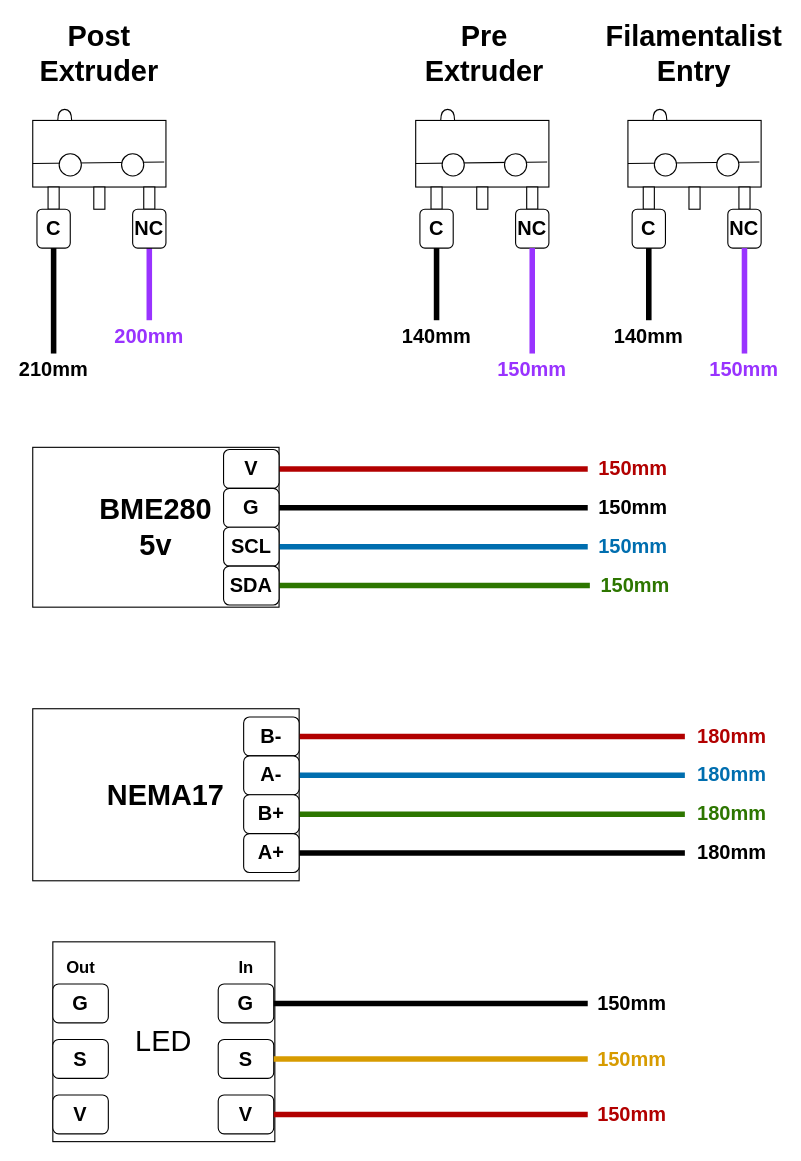
Earlier version of the draw.io diagram docs/assets/wiring_diagrams/EMU PCB Hatch wiring dimensions.drawio (Dragi2k/EMU). Source tidied: cells renumbered, new cells numbered last; positions are measured from the earlier drawing's top-left corner, leaving out a move shared by most shapes. Both pictures are drawn from the tidied source at 111%, with x=0, y=0 at pixel (20, 20).
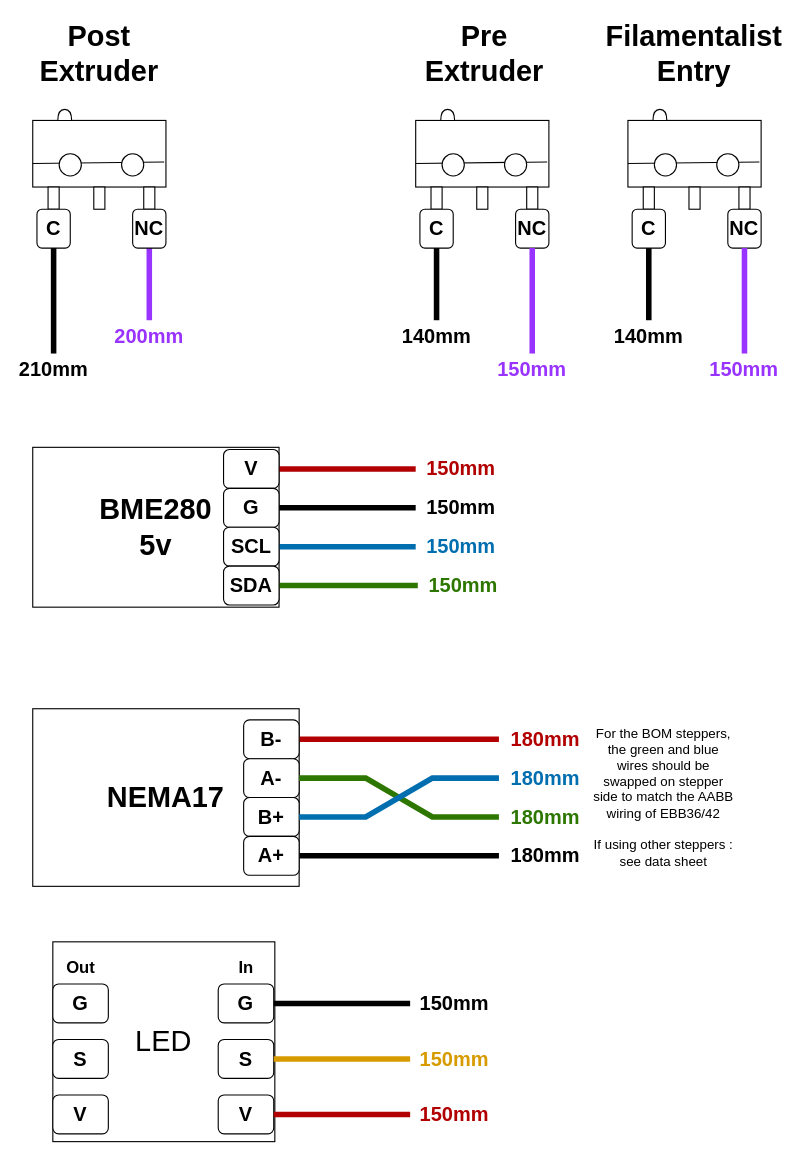
After the change.

Commit message (it also covers changes not shown here):
Wiring dimensions - Update motor wiring (#15)

What changed in the source:
```diff
@@
     <mxCell id="11" value="150mm" style="text;html=1;whiteSpace=wrap;strokeColor=none;fillColor=none;align=center;verticalAlign=middle;rounded=0;fontColor=light-dark(#b20000, #ededed);fontSize=18;fontStyle=1;spacingLeft=0;" parent="1" vertex="1">
-      <mxGeometry x="511" y="389" width="81.9" height="30" as="geometry" />
+      <mxGeometry x="356" y="389" width="81.9" height="30" as="geometry" />
     </mxCell>
     <mxCell id="12" value="150mm" style="text;html=1;whiteSpace=wrap;strokeColor=none;fillColor=none;align=center;verticalAlign=middle;rounded=0;fontColor=default;fontSize=18;fontStyle=1;spacingLeft=0;" parent="1" vertex="1">
-      <mxGeometry x="511" y="424" width="81.9" height="30" as="geometry" />
+      <mxGeometry x="356" y="424" width="81.9" height="30" as="geometry" />
     </mxCell>
     <mxCell id="13" value="150mm" style="text;html=1;whiteSpace=wrap;strokeColor=none;fillColor=none;align=center;verticalAlign=middle;rounded=0;fontColor=light-dark(#006eaf, #ededed);fontSize=18;fontStyle=1;spacing=2;spacingLeft=0;" parent="1" vertex="1">
-      <mxGeometry x="511" y="459" width="81.9" height="30" as="geometry" />
+      <mxGeometry x="356" y="459" width="81.9" height="30" as="geometry" />
     </mxCell>
     <mxCell id="14" value="150mm" style="text;html=1;whiteSpace=wrap;strokeColor=none;fillColor=none;align=center;verticalAlign=middle;rounded=0;fontColor=light-dark(#2d7600, #ededed);fontSize=18;fontStyle=1;spacing=2;spacingLeft=0;" parent="1" vertex="1">
-      <mxGeometry x="512.9" y="494" width="81.9" height="30" as="geometry" />
+      <mxGeometry x="357.9" y="494" width="81.9" height="30" as="geometry" />
     </mxCell>
@@
     <mxCell id="45" value="&lt;font&gt;&lt;b&gt;NEMA17&lt;/b&gt;&lt;/font&gt;" style="rounded=0;whiteSpace=wrap;html=1;fontSize=26;" parent="1" vertex="1">
-      <mxGeometry x="11" y="620" width="240" height="155" as="geometry" />
+      <mxGeometry x="11" y="620" width="240" height="160" as="geometry" />
     </mxCell>
@@
-    <mxCell id="58" style="rounded=0;jettySize=auto;html=1;strokeColor=#006EAF;strokeWidth=5;align=center;verticalAlign=middle;fontFamily=Helvetica;fontSize=11;fontColor=default;labelBackgroundColor=default;endArrow=none;endFill=0;fillColor=#1ba1e2;jumpStyle=gap;exitX=1;exitY=0.5;exitDx=0;exitDy=0;entryX=0;entryY=0.5;entryDx=0;entryDy=0;" parent="1" edge="1" source="70" target="63">
-      <mxGeometry relative="1" as="geometry" />
-    </mxCell>
@@
     <mxCell id="61" value="180mm" style="text;html=1;whiteSpace=wrap;strokeColor=none;fillColor=none;align=center;verticalAlign=middle;rounded=0;fontColor=light-dark(#b20000, #ededed);fontSize=18;fontStyle=1;spacingLeft=0;" parent="1" vertex="1">
-      <mxGeometry x="598.5" y="630" width="83.8" height="30" as="geometry" />
+      <mxGeometry x="431" y="632.5" width="83.8" height="30" as="geometry" />
     </mxCell>
     <mxCell id="62" value="180mm" style="text;html=1;whiteSpace=wrap;strokeColor=none;fillColor=none;align=center;verticalAlign=middle;rounded=0;fontColor=default;fontSize=18;fontStyle=1;spacingLeft=0;" parent="1" vertex="1">
-      <mxGeometry x="598.5" y="735" width="83.8" height="30" as="geometry" />
+      <mxGeometry x="431" y="737.5" width="83.8" height="30" as="geometry" />
     </mxCell>
     <mxCell id="63" value="180mm" style="text;html=1;whiteSpace=wrap;strokeColor=none;fillColor=none;align=center;verticalAlign=middle;rounded=0;fontColor=light-dark(#006eaf, #ededed);fontSize=18;fontStyle=1;spacingLeft=0;" parent="1" vertex="1">
-      <mxGeometry x="598.5" y="665" width="83.8" height="30" as="geometry" />
+      <mxGeometry x="431" y="667.5" width="83.8" height="30" as="geometry" />
     </mxCell>
-    <mxCell id="64" style="rounded=0;jettySize=auto;html=1;strokeColor=light-dark(#2d7600, #51afe7);strokeWidth=5;align=center;verticalAlign=middle;fontFamily=Helvetica;fontSize=11;fontColor=default;labelBackgroundColor=default;endArrow=none;endFill=0;fillColor=#1ba1e2;jumpStyle=gap;exitX=1;exitY=0.5;exitDx=0;exitDy=0;entryX=0;entryY=0.5;entryDx=0;entryDy=0;" parent="1" edge="1" source="71" target="65">
-      <mxGeometry relative="1" as="geometry" />
-    </mxCell>
     <mxCell id="65" value="180mm" style="text;html=1;whiteSpace=wrap;strokeColor=none;fillColor=none;align=center;verticalAlign=middle;rounded=0;fontColor=light-dark(#2d7600, #ededed);fontSize=18;fontStyle=1;spacingLeft=0;" parent="1" vertex="1">
-      <mxGeometry x="598.5" y="700" width="83.8" height="30" as="geometry" />
+      <mxGeometry x="431" y="702.5" width="83.8" height="30" as="geometry" />
     </mxCell>
     <mxCell id="66" value="150mm" style="text;html=1;whiteSpace=wrap;strokeColor=none;fillColor=none;align=center;verticalAlign=middle;rounded=0;fontColor=light-dark(#000000,#EDEDED);fontSize=18;fontStyle=1;spacingLeft=0;" parent="1" vertex="1">
-      <mxGeometry x="511" y="870.5" width="80" height="30" as="geometry" />
+      <mxGeometry x="351" y="870.5" width="80" height="30" as="geometry" />
     </mxCell>
     <mxCell id="67" value="150mm" style="text;html=1;whiteSpace=wrap;strokeColor=none;fillColor=none;align=center;verticalAlign=middle;rounded=0;fontColor=light-dark(#b20000, #ededed);fontSize=18;fontStyle=1;spacingLeft=0;" parent="1" vertex="1">
-      <mxGeometry x="511" y="970.5" width="80" height="30" as="geometry" />
+      <mxGeometry x="351" y="970.5" width="80" height="30" as="geometry" />
     </mxCell>
     <mxCell id="68" value="150mm" style="text;html=1;whiteSpace=wrap;strokeColor=none;fillColor=none;align=center;verticalAlign=middle;rounded=0;fontColor=light-dark(#d79b00, #ededed);fontSize=18;fontStyle=1;spacingLeft=0;" parent="1" vertex="1">
-      <mxGeometry x="511" y="920.5" width="80" height="30" as="geometry" />
+      <mxGeometry x="351" y="920.5" width="80" height="30" as="geometry" />
     </mxCell>
     <mxCell id="69" value="B-" style="rounded=1;whiteSpace=wrap;html=1;fontStyle=1;fontSize=18;" parent="1" vertex="1">
-      <mxGeometry x="201" y="627.5" width="50" height="35" as="geometry" />
+      <mxGeometry x="201" y="630" width="50" height="35" as="geometry" />
     </mxCell>
     <mxCell id="70" value="A-" style="rounded=1;whiteSpace=wrap;html=1;fontStyle=1;fontSize=18;" parent="1" vertex="1">
-      <mxGeometry x="201" y="662.5" width="50" height="35" as="geometry" />
+      <mxGeometry x="201" y="665" width="50" height="35" as="geometry" />
     </mxCell>
     <mxCell id="71" value="B+" style="rounded=1;whiteSpace=wrap;html=1;fontStyle=1;fontSize=18;" parent="1" vertex="1">
-      <mxGeometry x="201" y="697.5" width="50" height="35" as="geometry" />
+      <mxGeometry x="201" y="700" width="50" height="35" as="geometry" />
     </mxCell>
     <mxCell id="72" value="A+" style="rounded=1;whiteSpace=wrap;html=1;fontStyle=1;fontSize=18;" parent="1" vertex="1">
-      <mxGeometry x="201" y="732.5" width="50" height="35" as="geometry" />
+      <mxGeometry x="201" y="735" width="50" height="35" as="geometry" />
     </mxCell>
@@
+    <mxCell id="91" value="For the BOM steppers, the green and blue wires should be swapped on stepper side to match the AABB wiring of EBB36/42&lt;div&gt;&lt;div&gt;&lt;br&gt;&lt;div&gt;If using other steppers : see data sheet&lt;/div&gt;&lt;/div&gt;&lt;/div&gt;" style="text;html=1;whiteSpace=wrap;strokeColor=none;fillColor=none;align=center;verticalAlign=middle;rounded=0;" parent="1" vertex="1">
+      <mxGeometry x="514.8" y="620" width="128.8" height="160" as="geometry" />
+    </mxCell>
+    <mxCell id="92" style="edgeStyle=entityRelationEdgeStyle;fontSize=12;html=1;endArrow=none;startArrow=none;rounded=0;exitX=1;exitY=0.5;exitDx=0;exitDy=0;entryX=0;entryY=0.5;entryDx=0;entryDy=0;startFill=0;endFill=0;segment=60;strokeWidth=5;strokeColor=light-dark(#2d7600, #ededed);" parent="1" edge="1" source="70" target="65">
+      <mxGeometry relative="1" as="geometry" />
+    </mxCell>
+    <mxCell id="93" style="edgeStyle=entityRelationEdgeStyle;fontSize=12;html=1;endArrow=none;startArrow=none;rounded=0;exitX=1;exitY=0.5;exitDx=0;exitDy=0;entryX=0;entryY=0.5;entryDx=0;entryDy=0;startFill=0;endFill=0;segment=60;strokeWidth=5;strokeColor=light-dark(#006eaf, #ededed);" parent="1" edge="1" source="71" target="63">
+      <mxGeometry relative="1" as="geometry" />
+    </mxCell>
```
